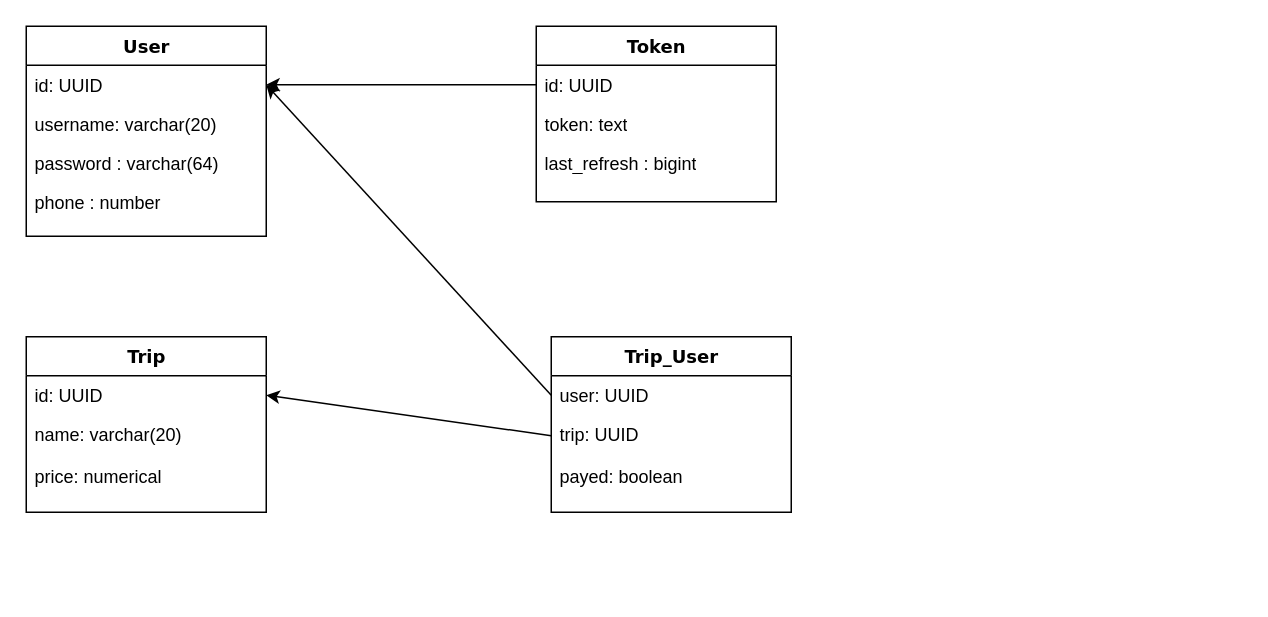
Before: postgre_model_splitify.drawio in RodrigoNevesWork/Splitify, a draw.io diagram. Source tidied: cells renumbered, new cells numbered last; positions are measured from the earlier drawing's top-left corner, leaving out a move shared by most shapes. Both pictures are drawn from the tidied source at 150%, with x=0, y=0 at pixel (26, 26).
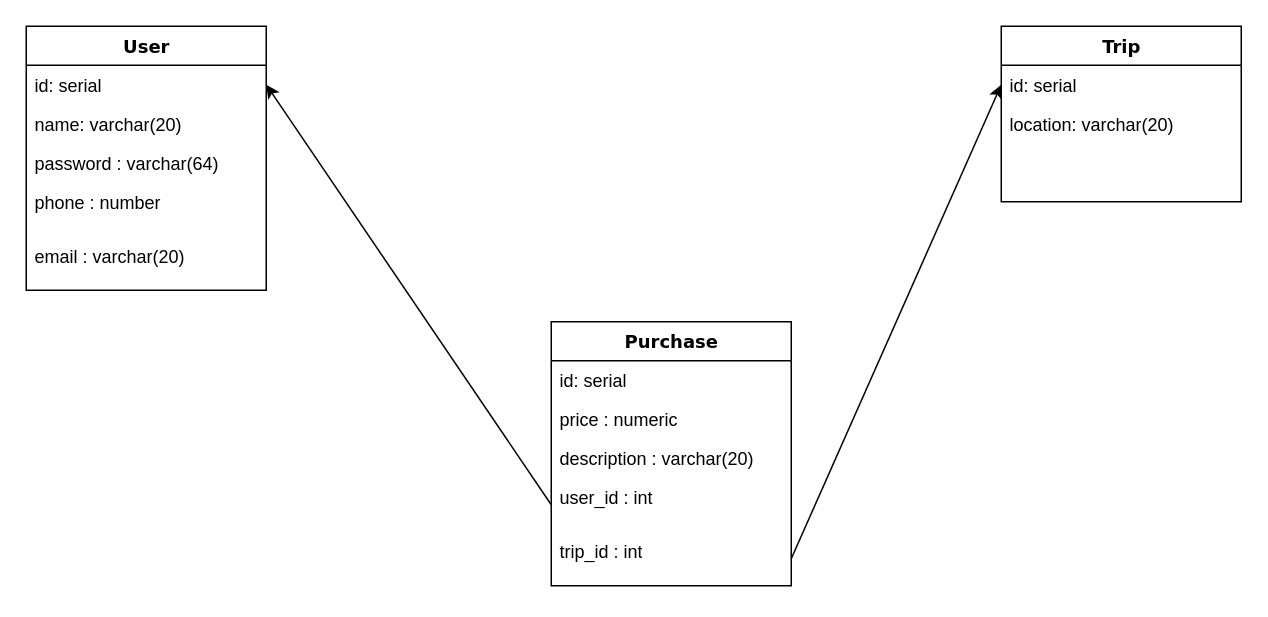
After the change.

What changed in the source:
```diff
@@
     <mxCell id="2" value="User" style="swimlane;html=1;fontStyle=1;align=center;verticalAlign=top;horizontal=1;startSize=26;swimlaneFillColor=#ffffff;rounded=0;shadow=0;comic=0;labelBackgroundColor=none;strokeWidth=1;fillColor=none;fontFamily=Verdana;fontSize=12;" parent="1" vertex="1">
-      <mxGeometry width="160" height="140" as="geometry" />
+      <mxGeometry width="160" height="176" as="geometry" />
     </mxCell>
-    <mxCell id="3" value="id: UUID&lt;br&gt;&amp;nbsp;" style="text;html=1;strokeColor=none;fillColor=none;align=left;verticalAlign=top;spacingLeft=4;spacingRight=4;whiteSpace=wrap;overflow=hidden;points=[[0,0.5],[1,0.5]];portConstraint=eastwest;" parent="2" vertex="1">
+    <mxCell id="3" value="id: serial&lt;br&gt;&amp;nbsp;" style="text;html=1;strokeColor=none;fillColor=none;align=left;verticalAlign=top;spacingLeft=4;spacingRight=4;whiteSpace=wrap;overflow=hidden;points=[[0,0.5],[1,0.5]];portConstraint=eastwest;" parent="2" vertex="1">
       <mxGeometry y="26" width="160" height="26" as="geometry" />
     </mxCell>
-    <mxCell id="4" value="username: varchar(20)" style="text;html=1;strokeColor=none;fillColor=none;align=left;verticalAlign=top;spacingLeft=4;spacingRight=4;whiteSpace=wrap;overflow=hidden;" parent="2" vertex="1">
+    <mxCell id="4" value="name: varchar(20)" style="text;html=1;strokeColor=none;fillColor=none;align=left;verticalAlign=top;spacingLeft=4;spacingRight=4;whiteSpace=wrap;overflow=hidden;" parent="2" vertex="1">
       <mxGeometry y="52" width="160" height="26" as="geometry" />
     </mxCell>
@@
-    <mxCell id="7" value="Token" style="swimlane;html=1;fontStyle=1;align=center;verticalAlign=top;horizontal=1;startSize=26;swimlaneFillColor=#ffffff;rounded=0;shadow=0;comic=0;labelBackgroundColor=none;strokeWidth=1;fillColor=none;fontFamily=Verdana;fontSize=12;" parent="1" vertex="1">
-      <mxGeometry x="340" width="160" height="117" as="geometry" />
-    </mxCell>
-    <mxCell id="8" value="id: UUID&lt;br&gt;&amp;nbsp;" style="text;html=1;strokeColor=none;fillColor=none;align=left;verticalAlign=top;spacingLeft=4;spacingRight=4;whiteSpace=wrap;overflow=hidden;points=[[0,0.5],[1,0.5]];portConstraint=eastwest;" parent="7" vertex="1">
-      <mxGeometry y="26" width="160" height="26" as="geometry" />
-    </mxCell>
-    <mxCell id="9" value="token: text" style="text;html=1;strokeColor=none;fillColor=none;align=left;verticalAlign=top;spacingLeft=4;spacingRight=4;whiteSpace=wrap;overflow=hidden;" parent="7" vertex="1">
-      <mxGeometry y="52" width="160" height="26" as="geometry" />
-    </mxCell>
-    <mxCell id="10" value="last_refresh : bigint" style="text;html=1;strokeColor=none;fillColor=none;align=left;verticalAlign=top;spacingLeft=4;spacingRight=4;whiteSpace=wrap;overflow=hidden;" parent="7" vertex="1">
-      <mxGeometry y="78" width="160" height="26" as="geometry" />
-    </mxCell>
-    <mxCell id="11" style="endArrow=classic;html=1;rounded=0;exitX=0;exitY=0.5;exitDx=0;exitDy=0;entryX=1;entryY=0.5;entryDx=0;entryDy=0;" parent="1" edge="1" source="8" target="3">
-      <mxGeometry relative="1" as="geometry" />
-    </mxCell>
+    <mxCell id="22" value="email : varchar(20)" style="text;html=1;strokeColor=none;fillColor=none;align=left;verticalAlign=top;spacingLeft=4;spacingRight=4;whiteSpace=wrap;overflow=hidden;" parent="2" vertex="1">
+      <mxGeometry y="140" width="160" height="36" as="geometry" />
+    </mxCell>
     <mxCell id="12" value="Trip" style="swimlane;html=1;fontStyle=1;align=center;verticalAlign=top;horizontal=1;startSize=26;swimlaneFillColor=#ffffff;rounded=0;shadow=0;comic=0;labelBackgroundColor=none;strokeWidth=1;fillColor=none;fontFamily=Verdana;fontSize=12;" parent="1" vertex="1">
-      <mxGeometry y="207" width="160" height="117" as="geometry" />
+      <mxGeometry x="650" width="160" height="117" as="geometry" />
     </mxCell>
-    <mxCell id="13" value="id: UUID&lt;br&gt;&amp;nbsp;" style="text;html=1;strokeColor=none;fillColor=none;align=left;verticalAlign=top;spacingLeft=4;spacingRight=4;whiteSpace=wrap;overflow=hidden;points=[[0,0.5],[1,0.5]];portConstraint=eastwest;" parent="12" vertex="1">
+    <mxCell id="13" value="id: serial&lt;br&gt;&amp;nbsp;" style="text;html=1;strokeColor=none;fillColor=none;align=left;verticalAlign=top;spacingLeft=4;spacingRight=4;whiteSpace=wrap;overflow=hidden;points=[[0,0.5],[1,0.5]];portConstraint=eastwest;" parent="12" vertex="1">
       <mxGeometry y="26" width="160" height="26" as="geometry" />
     </mxCell>
-    <mxCell id="14" value="name: varchar(20)" style="text;html=1;strokeColor=none;fillColor=none;align=left;verticalAlign=top;spacingLeft=4;spacingRight=4;whiteSpace=wrap;overflow=hidden;" parent="12" vertex="1">
+    <mxCell id="14" value="location: varchar(20)" style="text;html=1;strokeColor=none;fillColor=none;align=left;verticalAlign=top;spacingLeft=4;spacingRight=4;whiteSpace=wrap;overflow=hidden;" parent="12" vertex="1">
       <mxGeometry y="52" width="160" height="28" as="geometry" />
     </mxCell>
-    <mxCell id="15" value="price: numerical" style="text;html=1;strokeColor=none;fillColor=none;align=left;verticalAlign=top;spacingLeft=4;spacingRight=4;whiteSpace=wrap;overflow=hidden;" parent="12" vertex="1">
-      <mxGeometry y="80" width="160" height="26" as="geometry" />
-    </mxCell>
-    <mxCell id="16" value="Trip_User" style="swimlane;html=1;fontStyle=1;align=center;verticalAlign=top;horizontal=1;startSize=26;swimlaneFillColor=#ffffff;rounded=0;shadow=0;comic=0;labelBackgroundColor=none;strokeWidth=1;fillColor=none;fontFamily=Verdana;fontSize=12;" parent="1" vertex="1">
-      <mxGeometry x="350" y="207" width="160" height="117" as="geometry" />
-    </mxCell>
-    <mxCell id="17" value="user: UUID&lt;br&gt;&amp;nbsp;" style="text;html=1;strokeColor=none;fillColor=none;align=left;verticalAlign=top;spacingLeft=4;spacingRight=4;whiteSpace=wrap;overflow=hidden;points=[[0,0.5],[1,0.5]];portConstraint=eastwest;" parent="16" vertex="1">
-      <mxGeometry y="26" width="160" height="26" as="geometry" />
-    </mxCell>
-    <mxCell id="18" value="trip: UUID" style="text;html=1;strokeColor=none;fillColor=none;align=left;verticalAlign=top;spacingLeft=4;spacingRight=4;whiteSpace=wrap;overflow=hidden;points=[[0,0.5],[1,0.5]];portConstraint=eastwest;" parent="16" vertex="1">
-      <mxGeometry y="52" width="160" height="28" as="geometry" />
-    </mxCell>
-    <mxCell id="19" value="payed: boolean" style="text;html=1;strokeColor=none;fillColor=none;align=left;verticalAlign=top;spacingLeft=4;spacingRight=4;whiteSpace=wrap;overflow=hidden;" parent="16" vertex="1">
-      <mxGeometry y="80" width="160" height="26" as="geometry" />
-    </mxCell>
-    <mxCell id="20" style="endArrow=classic;html=1;rounded=0;fontFamily=Verdana;exitX=0;exitY=0.5;exitDx=0;exitDy=0;entryX=1;entryY=0.5;entryDx=0;entryDy=0;" parent="1" edge="1" source="17" target="3">
-      <mxGeometry relative="1" as="geometry" />
-    </mxCell>
-    <mxCell id="21" style="endArrow=classic;html=1;rounded=0;fontFamily=Verdana;exitX=0;exitY=0.5;exitDx=0;exitDy=0;entryX=1;entryY=0.5;entryDx=0;entryDy=0;" parent="1" edge="1" source="18" target="13">
-      <mxGeometry relative="1" as="geometry" />
-    </mxCell>
+    <mxCell id="23" value="Purchase" style="swimlane;html=1;fontStyle=1;align=center;verticalAlign=top;horizontal=1;startSize=26;swimlaneFillColor=#ffffff;rounded=0;shadow=0;comic=0;labelBackgroundColor=none;strokeWidth=1;fillColor=none;fontFamily=Verdana;fontSize=12;" parent="1" vertex="1">
+      <mxGeometry x="350" y="197" width="160" height="176" as="geometry" />
+    </mxCell>
+    <mxCell id="24" value="id: serial&lt;br&gt;&amp;nbsp;" style="text;html=1;strokeColor=none;fillColor=none;align=left;verticalAlign=top;spacingLeft=4;spacingRight=4;whiteSpace=wrap;overflow=hidden;" parent="23" vertex="1">
+      <mxGeometry y="26" width="160" height="26" as="geometry" />
+    </mxCell>
+    <mxCell id="25" value="price : numeric" style="text;html=1;strokeColor=none;fillColor=none;align=left;verticalAlign=top;spacingLeft=4;spacingRight=4;whiteSpace=wrap;overflow=hidden;" parent="23" vertex="1">
+      <mxGeometry y="52" width="160" height="26" as="geometry" />
+    </mxCell>
+    <mxCell id="26" value="description : varchar(20)" style="text;html=1;strokeColor=none;fillColor=none;align=left;verticalAlign=top;spacingLeft=4;spacingRight=4;whiteSpace=wrap;overflow=hidden;" parent="23" vertex="1">
+      <mxGeometry y="78" width="160" height="26" as="geometry" />
+    </mxCell>
+    <mxCell id="27" value="user_id : int&amp;nbsp;" style="text;html=1;strokeColor=none;fillColor=none;align=left;verticalAlign=top;spacingLeft=4;spacingRight=4;whiteSpace=wrap;overflow=hidden;points=[[0,0.5],[1,0.5]];portConstraint=eastwest;" parent="23" vertex="1">
+      <mxGeometry y="104" width="160" height="36" as="geometry" />
+    </mxCell>
+    <mxCell id="28" value="trip_id : int" style="text;html=1;strokeColor=none;fillColor=none;align=left;verticalAlign=top;spacingLeft=4;spacingRight=4;whiteSpace=wrap;overflow=hidden;points=[[0,0.5],[1,0.5]];portConstraint=eastwest;" parent="23" vertex="1">
+      <mxGeometry y="140" width="160" height="36" as="geometry" />
+    </mxCell>
+    <mxCell id="29" style="endArrow=classic;html=1;rounded=0;entryX=1;entryY=0.5;entryDx=0;entryDy=0;exitX=0;exitY=0.5;exitDx=0;exitDy=0;" parent="1" edge="1" source="27" target="3">
+      <mxGeometry relative="1" as="geometry" />
+    </mxCell>
+    <mxCell id="30" style="endArrow=classic;html=1;rounded=0;entryX=0;entryY=0.5;entryDx=0;entryDy=0;exitX=1;exitY=0.5;exitDx=0;exitDy=0;" parent="1" edge="1" source="28" target="13">
+      <mxGeometry relative="1" as="geometry" />
+    </mxCell>
```
